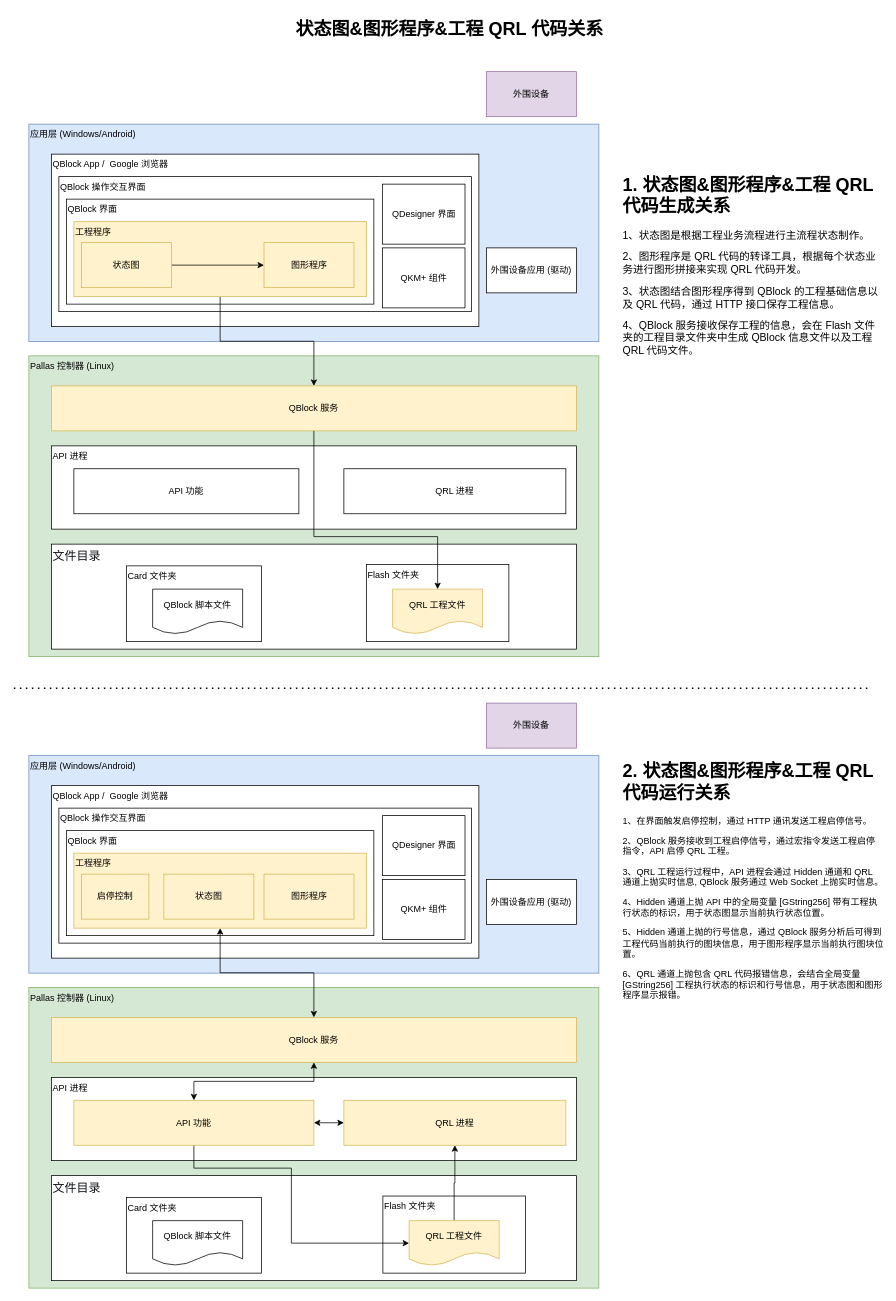
This is page "状态图&图形程序&工程 QRL 代码关系" (4 of 9) of QBlock 架构图.drawio from laphomeliang/QBlockArchitectureDiagram, a draw.io file, before an edit. Source tidied: cells renumbered, new cells numbered last; positions are measured from the earlier drawing's top-left corner, leaving out a move shared by most shapes. Both pictures are drawn from the tidied source at 75%, with x=0, y=0 at pixel (14, 13).
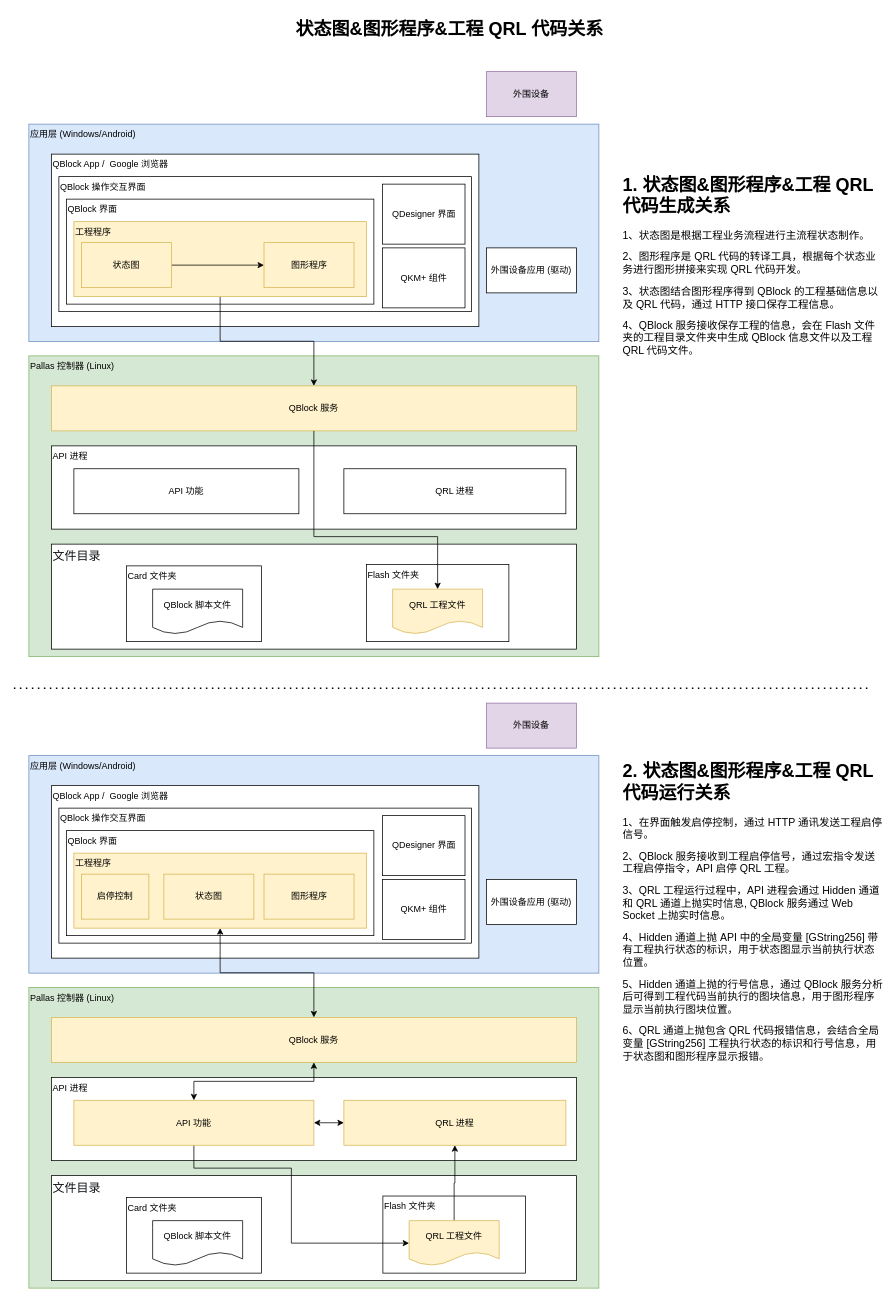
After the change.

Diff of the diagram source:
```diff
@@
-    <mxCell id="54" value="&lt;h1 style=&quot;margin-top: 0px;&quot;&gt;2. 状态图&amp;amp;图形程序&amp;amp;工程 QRL代码运行关系&lt;/h1&gt;&lt;p&gt;1、在界面触发启停控制，通过 HTTP 通讯发送工程启停信号。&lt;/p&gt;&lt;p&gt;2、QBlock 服务接收到工程启停信号，通过宏指令发送工程启停指令，API 启停 QRL 工程。&lt;/p&gt;&lt;p&gt;3、QRL 工程运行过程中，API 进程会通过 Hidden 通道和 QRL 通道上抛实时信息, QBlock 服务通过 Web Socket 上抛实时信息&lt;span style=&quot;background-color: transparent; color: light-dark(rgb(0, 0, 0), rgb(255, 255, 255));&quot;&gt;。&lt;/span&gt;&lt;/p&gt;&lt;p&gt;4、Hidden 通道上抛 API 中的全局变量 [GString256] 带有工程执行状态的标识，用于状态图显示当前执行状态位置。&lt;/p&gt;&lt;p&gt;5、Hidden 通道上抛的行号信息，通过 QBlock 服务分析后可得到工程代码当前执行的图块信息，用于图形程序显示当前执行图块位置。&lt;/p&gt;&lt;p&gt;6、QRL 通道上抛包含 QRL 代码报错信息，会结合&lt;span style=&quot;background-color: transparent; color: light-dark(rgb(0, 0, 0), rgb(255, 255, 255));&quot;&gt;全局变量 [GString256]&lt;/span&gt;&lt;span style=&quot;background-color: transparent; color: light-dark(rgb(0, 0, 0), rgb(255, 255, 255));&quot;&gt;&amp;nbsp;&lt;/span&gt;&lt;span style=&quot;background-color: transparent; color: light-dark(rgb(0, 0, 0), rgb(255, 255, 255));&quot;&gt;工程执行状态的标识和行号信息，用于状态图和图形程序显示报错。&lt;/span&gt;&lt;/p&gt;" style="text;html=1;whiteSpace=wrap;overflow=hidden;rounded=0;" parent="1" vertex="1">
+    <mxCell id="54" value="&lt;h1 style=&quot;margin-top: 0px;&quot;&gt;2. 状态图&amp;amp;图形程序&amp;amp;工程 QRL代码运行关系&lt;/h1&gt;&lt;p&gt;&lt;font style=&quot;font-size: 14px;&quot;&gt;1、在界面触发启停控制，通过 HTTP 通讯发送工程启停信号。&lt;/font&gt;&lt;/p&gt;&lt;p&gt;&lt;font style=&quot;font-size: 14px;&quot;&gt;2、QBlock 服务接收到工程启停信号，通过宏指令发送工程启停指令，API 启停 QRL 工程。&lt;/font&gt;&lt;/p&gt;&lt;p&gt;&lt;font style=&quot;font-size: 14px;&quot;&gt;3、QRL 工程运行过程中，API 进程会通过 Hidden 通道和 QRL 通道上抛实时信息, QBlock 服务通过 Web Socket 上抛实时信息&lt;span style=&quot;background-color: transparent; color: light-dark(rgb(0, 0, 0), rgb(255, 255, 255));&quot;&gt;。&lt;/span&gt;&lt;/font&gt;&lt;/p&gt;&lt;p&gt;&lt;font style=&quot;font-size: 14px;&quot;&gt;4、Hidden 通道上抛 API 中的全局变量 [GString256] 带有工程执行状态的标识，用于状态图显示当前执行状态位置。&lt;/font&gt;&lt;/p&gt;&lt;p&gt;&lt;font style=&quot;font-size: 14px;&quot;&gt;5、Hidden 通道上抛的行号信息，通过 QBlock 服务分析后可得到工程代码当前执行的图块信息，用于图形程序显示当前执行图块位置。&lt;/font&gt;&lt;/p&gt;&lt;p&gt;&lt;font style=&quot;font-size: 14px;&quot;&gt;6、QRL 通道上抛包含 QRL 代码报错信息，会结合&lt;span style=&quot;background-color: transparent; color: light-dark(rgb(0, 0, 0), rgb(255, 255, 255));&quot;&gt;全局变量 [GString256]&lt;/span&gt;&lt;span style=&quot;background-color: transparent; color: light-dark(rgb(0, 0, 0), rgb(255, 255, 255));&quot;&gt;&amp;nbsp;&lt;/span&gt;&lt;span style=&quot;background-color: transparent; color: light-dark(rgb(0, 0, 0), rgb(255, 255, 255));&quot;&gt;工程执行状态的标识和行号信息，用于状态图和图形程序显示报错。&lt;/span&gt;&lt;/font&gt;&lt;/p&gt;" style="text;html=1;whiteSpace=wrap;overflow=hidden;rounded=0;" parent="1" vertex="1">
       <mxGeometry x="810" y="990" width="350" height="490" as="geometry" />
     </mxCell>
```
